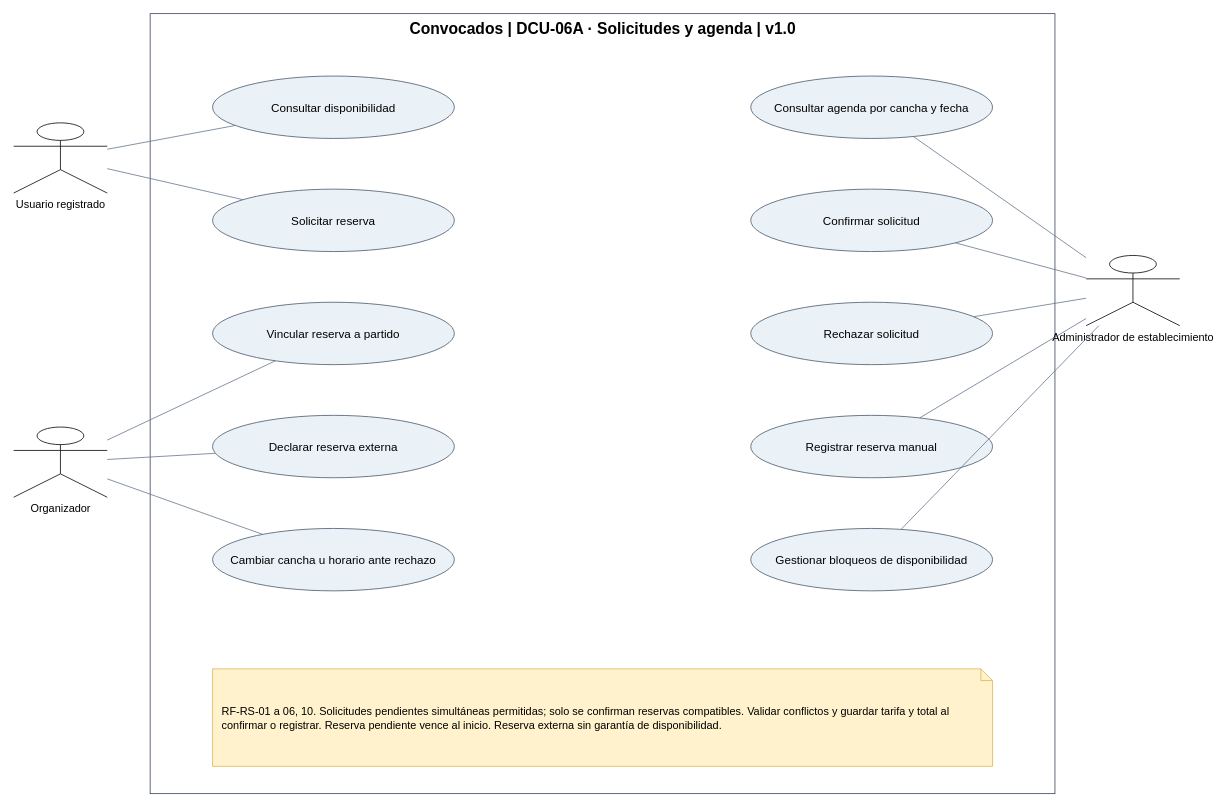
Before: page "DCU-06A · Solicitudes y agenda" (1 of 3) of docs/02-diseno-funcional/casos-de-uso-reservas.drawio in alejovidela13/convocados, a draw.io diagram. Source tidied: cells renumbered, new cells numbered last; positions are measured from the earlier drawing's top-left corner, leaving out a move shared by most shapes. Both pictures are drawn from the tidied source at 78%, with x=0, y=0 at pixel (13, 13).
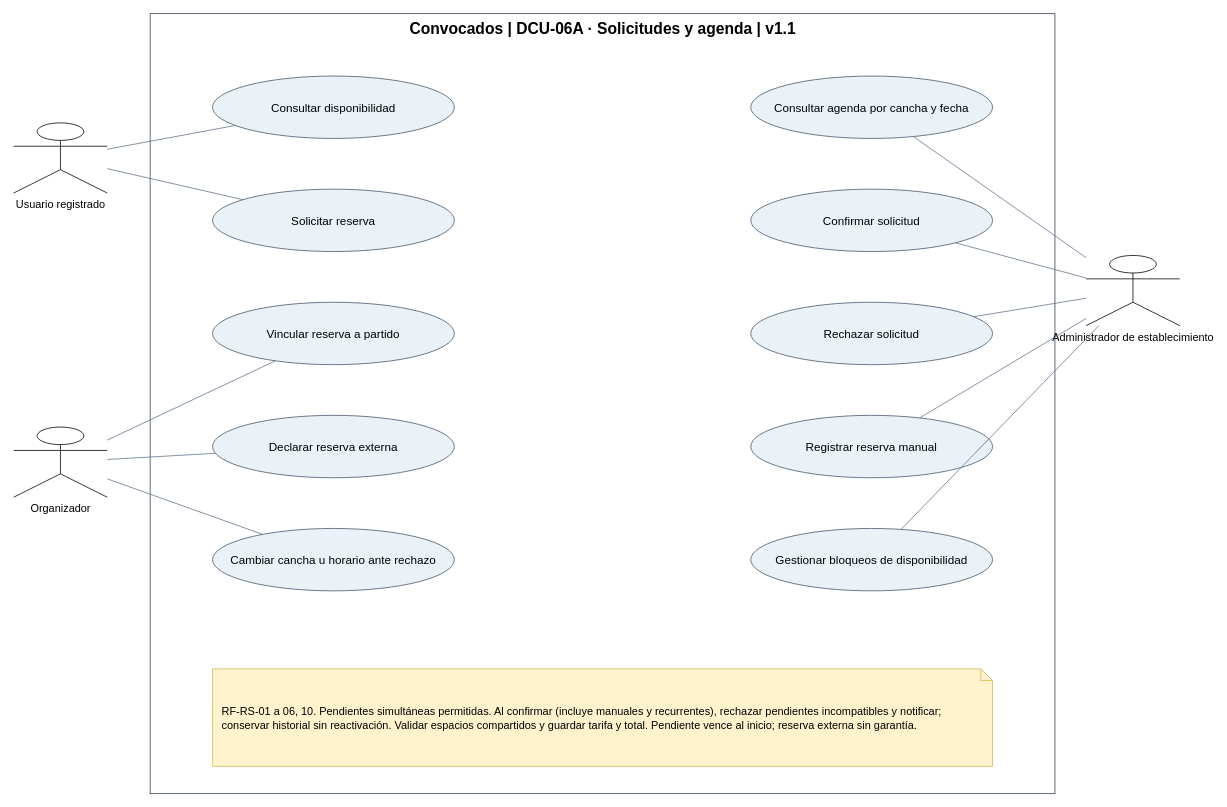
Above is the later version.

What changed in the source:
```diff
@@
-    <mxCell id="2" value="Convocados | DCU-06A · Solicitudes y agenda | v1.0" style="rounded=0;html=1;verticalAlign=top;fontStyle=1;fontSize=20;fillColor=none;strokeColor=#334155;" parent="1" vertex="1">
+    <mxCell id="2" value="Convocados | DCU-06A · Solicitudes y agenda | v1.1" style="rounded=0;html=1;verticalAlign=top;fontStyle=1;fontSize=20;fillColor=none;strokeColor=#334155;" parent="1" vertex="1">
       <mxGeometry x="175" width="1160" height="1000" as="geometry" />
     </mxCell>
@@
-    <mxCell id="26" value="RF-RS-01 a 06, 10. Solicitudes pendientes simultáneas permitidas; solo se confirman reservas compatibles. Validar conflictos y guardar tarifa y total al confirmar o registrar. Reserva pendiente vence al inicio. Reserva externa sin garantía de disponibilidad." style="shape=note;whiteSpace=wrap;html=1;size=15;fontSize=14;align=left;spacing=12;fillColor=#fff2cc;strokeColor=#d6b656;" parent="1" vertex="1">
+    <mxCell id="26" value="RF-RS-01 a 06, 10. Pendientes simultáneas permitidas. Al confirmar (incluye manuales y recurrentes), rechazar pendientes incompatibles y notificar; conservar historial sin reactivación. Validar espacios compartidos y guardar tarifa y total. Pendiente vence al inicio; reserva externa sin garantía." style="shape=note;whiteSpace=wrap;html=1;size=15;fontSize=14;align=left;spacing=12;fillColor=#fff2cc;strokeColor=#d6b656;" parent="1" vertex="1">
       <mxGeometry x="255" y="840" width="1000" height="125" as="geometry" />
     </mxCell>
```
